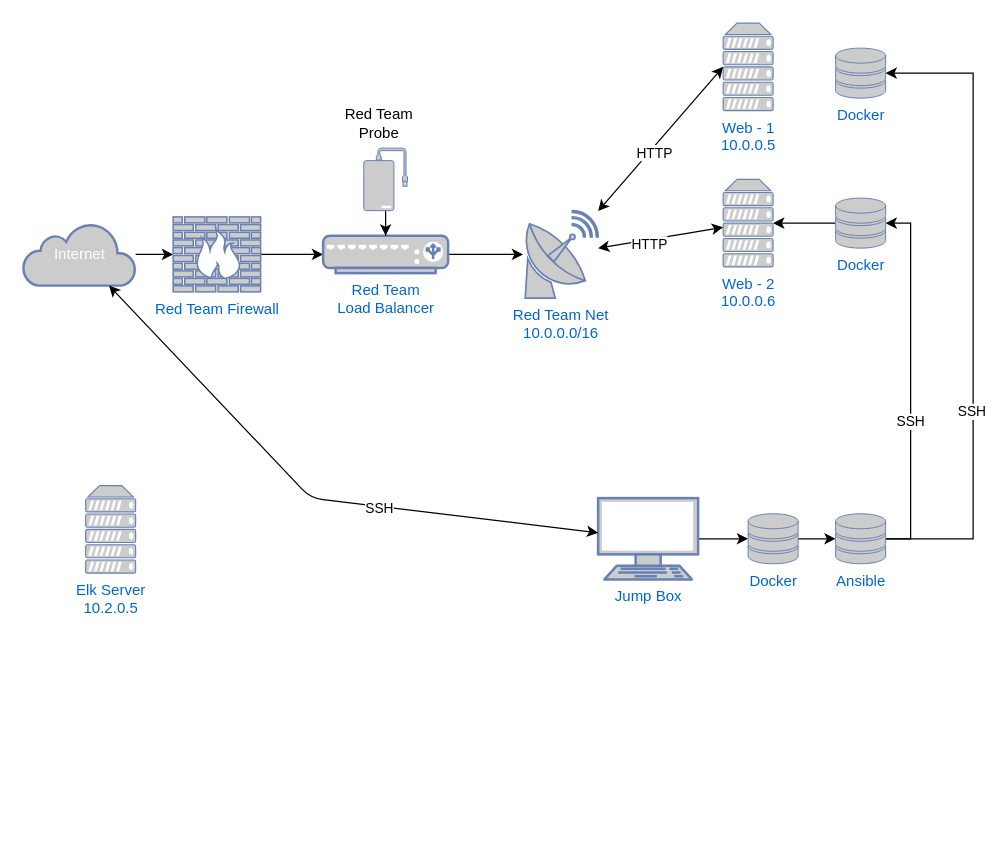
This is Diagrams/Diagram.drawio from Robharrold/Cybersecurity, a draw.io file, before an edit. Source tidied: cells renumbered, new cells numbered last; positions are measured from the earlier drawing's top-left corner, leaving out a move shared by most shapes. Both pictures are drawn from the tidied source at 125%, with x=0, y=0 at pixel (22, 22).
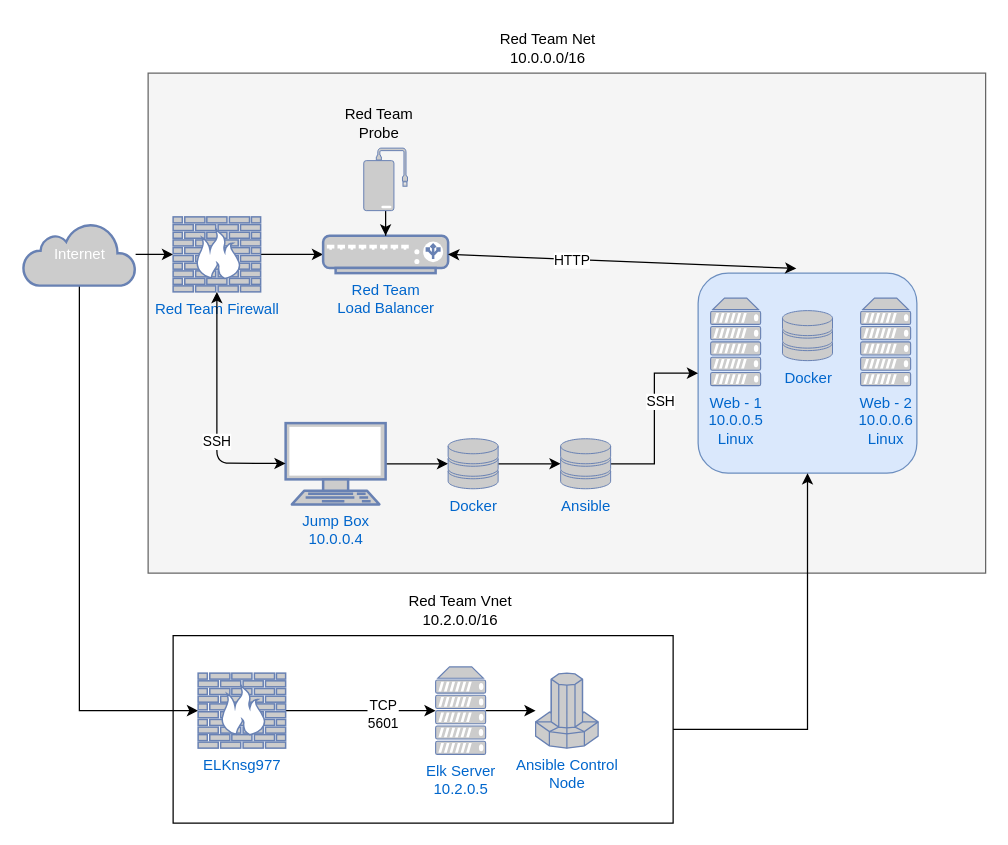
The same page after the edit.

The change refers to these unchanged cells:
```xml
<mxCell id="3" value="Internet" style="html=1;outlineConnect=0;fillColor=#CCCCCC;strokeColor=#6881B3;gradientColor=none;gradientDirection=north;strokeWidth=2;shape=mxgraph.networks.cloud;fontColor=#ffffff;" parent="1" vertex="1">
  <mxGeometry y="160" width="90" height="50" as="geometry" />
</mxCell>
<mxCell id="7" value="Red Team&lt;br&gt;Load Balancer" style="fontColor=#0066CC;verticalAlign=top;verticalLabelPosition=bottom;labelPosition=center;align=center;html=1;outlineConnect=0;fillColor=#CCCCCC;strokeColor=#6881B3;gradientColor=none;gradientDirection=north;strokeWidth=2;shape=mxgraph.networks.load_balancer;" parent="1" vertex="1">
  <mxGeometry x="240" y="170" width="100" height="30" as="geometry" />
</mxCell>
```

Diff of the diagram source:
```diff
@@
+    <mxCell id="33" style="rounded=0;whiteSpace=wrap;html=1;" parent="1" vertex="1">
+      <mxGeometry x="120" y="490" width="400" height="150" as="geometry" />
+    </mxCell>
+    <mxCell id="34" style="rounded=0;whiteSpace=wrap;html=1;fillColor=#f5f5f5;strokeColor=#666666;fontColor=#333333;" parent="1" vertex="1">
+      <mxGeometry x="100" y="40" width="670" height="400" as="geometry" />
+    </mxCell>
+    <mxCell id="35" style="rounded=1;whiteSpace=wrap;html=1;fillColor=#dae8fc;strokeColor=#6c8ebf;" parent="1" vertex="1">
+      <mxGeometry x="540" y="200" width="175" height="160" as="geometry" />
+    </mxCell>
@@
+    <mxCell id="36" style="edgeStyle=orthogonalEdgeStyle;rounded=0;jettySize=auto;html=1;" parent="1" edge="1" source="3" target="43">
+      <mxGeometry relative="1" as="geometry">
+        <Array as="points">
+          <mxPoint x="45" y="550" />
+        </Array>
+      </mxGeometry>
+    </mxCell>
@@
-    <mxCell id="5" value="Red Team Firewall" style="fontColor=#0066CC;verticalAlign=top;verticalLabelPosition=bottom;labelPosition=center;align=center;html=1;outlineConnect=0;fillColor=#CCCCCC;strokeColor=#6881B3;gradientColor=none;gradientDirection=north;strokeWidth=2;shape=mxgraph.networks.firewall;" parent="1" vertex="1">
+    <mxCell id="5" value="Red Team Firewall&lt;br&gt;" style="fontColor=#0066CC;verticalAlign=top;verticalLabelPosition=bottom;labelPosition=center;align=center;html=1;outlineConnect=0;fillColor=#CCCCCC;strokeColor=#6881B3;gradientColor=none;gradientDirection=north;strokeWidth=2;shape=mxgraph.networks.firewall;" parent="1" vertex="1">
       <mxGeometry x="120" y="155" width="70" height="60" as="geometry" />
     </mxCell>
-    <mxCell id="6" style="edgeStyle=orthogonalEdgeStyle;rounded=0;jettySize=auto;html=1;" parent="1" edge="1" source="7" target="11">
-      <mxGeometry relative="1" as="geometry" />
-    </mxCell>
@@
-    <mxCell id="11" value="Red Team Net&lt;br&gt;10.0.0.0/16" style="fontColor=#0066CC;verticalAlign=top;verticalLabelPosition=bottom;labelPosition=center;align=center;html=1;outlineConnect=0;fillColor=#CCCCCC;strokeColor=#6881B3;gradientColor=none;gradientDirection=north;strokeWidth=2;shape=mxgraph.networks.satellite_dish;" parent="1" vertex="1">
-      <mxGeometry x="400" y="150" width="60" height="70" as="geometry" />
-    </mxCell>
-    <mxCell id="12" value="Web - 1&lt;br&gt;10.0.0.5" style="fontColor=#0066CC;verticalAlign=top;verticalLabelPosition=bottom;labelPosition=center;align=center;html=1;outlineConnect=0;fillColor=#CCCCCC;strokeColor=#6881B3;gradientColor=none;gradientDirection=north;strokeWidth=2;shape=mxgraph.networks.server;" parent="1" vertex="1">
-      <mxGeometry x="560" width="40" height="70" as="geometry" />
+    <mxCell id="12" value="Web - 1&lt;br&gt;10.0.0.5&lt;br&gt;Linux" style="fontColor=#0066CC;verticalAlign=top;verticalLabelPosition=bottom;labelPosition=center;align=center;html=1;outlineConnect=0;fillColor=#CCCCCC;strokeColor=#6881B3;gradientColor=none;gradientDirection=north;strokeWidth=2;shape=mxgraph.networks.server;" parent="1" vertex="1">
+      <mxGeometry x="550" y="220" width="40" height="70" as="geometry" />
     </mxCell>
-    <mxCell id="13" value="Web - 2&lt;br&gt;10.0.0.6" style="fontColor=#0066CC;verticalAlign=top;verticalLabelPosition=bottom;labelPosition=center;align=center;html=1;outlineConnect=0;fillColor=#CCCCCC;strokeColor=#6881B3;gradientColor=none;gradientDirection=north;strokeWidth=2;shape=mxgraph.networks.server;" parent="1" vertex="1">
-      <mxGeometry x="560" y="125" width="40" height="70" as="geometry" />
+    <mxCell id="13" value="Web - 2&lt;br&gt;10.0.0.6&lt;br&gt;Linux" style="fontColor=#0066CC;verticalAlign=top;verticalLabelPosition=bottom;labelPosition=center;align=center;html=1;outlineConnect=0;fillColor=#CCCCCC;strokeColor=#6881B3;gradientColor=none;gradientDirection=north;strokeWidth=2;shape=mxgraph.networks.server;" parent="1" vertex="1">
+      <mxGeometry x="670" y="220" width="40" height="70" as="geometry" />
     </mxCell>
+    <mxCell id="37" style="edgeStyle=orthogonalEdgeStyle;rounded=0;jettySize=auto;html=1;" parent="1" edge="1" source="14" target="40">
+      <mxGeometry relative="1" as="geometry" />
+    </mxCell>
     <mxCell id="14" value="Elk Server&lt;br&gt;10.2.0.5" style="fontColor=#0066CC;verticalAlign=top;verticalLabelPosition=bottom;labelPosition=center;align=center;html=1;outlineConnect=0;fillColor=#CCCCCC;strokeColor=#6881B3;gradientColor=none;gradientDirection=north;strokeWidth=2;shape=mxgraph.networks.server;" parent="1" vertex="1">
-      <mxGeometry x="50" y="370" width="40" height="70" as="geometry" />
+      <mxGeometry x="330" y="515" width="40" height="70" as="geometry" />
     </mxCell>
@@
-    <mxCell id="16" value="Jump Box" style="fontColor=#0066CC;verticalAlign=top;verticalLabelPosition=bottom;labelPosition=center;align=center;html=1;outlineConnect=0;fillColor=#CCCCCC;strokeColor=#6881B3;gradientColor=none;gradientDirection=north;strokeWidth=2;shape=mxgraph.networks.terminal;" parent="1" vertex="1">
-      <mxGeometry x="460" y="380" width="80" height="65" as="geometry" />
+    <mxCell id="16" value="Jump Box&lt;br&gt;10.0.0.4" style="fontColor=#0066CC;verticalAlign=top;verticalLabelPosition=bottom;labelPosition=center;align=center;html=1;outlineConnect=0;fillColor=#CCCCCC;strokeColor=#6881B3;gradientColor=none;gradientDirection=north;strokeWidth=2;shape=mxgraph.networks.terminal;" parent="1" vertex="1">
+      <mxGeometry x="210" y="320" width="80" height="65" as="geometry" />
     </mxCell>
@@
     <mxCell id="18" value="Docker" style="fontColor=#0066CC;verticalAlign=top;verticalLabelPosition=bottom;labelPosition=center;align=center;html=1;outlineConnect=0;fillColor=#CCCCCC;strokeColor=#6881B3;gradientColor=none;gradientDirection=north;strokeWidth=2;shape=mxgraph.networks.storage;" parent="1" vertex="1">
-      <mxGeometry x="580" y="392.5" width="40" height="40" as="geometry" />
+      <mxGeometry x="340" y="332.5" width="40" height="40" as="geometry" />
     </mxCell>
-    <mxCell id="19" style="edgeStyle=orthogonalEdgeStyle;rounded=0;jettySize=auto;html=1;entryX=1;entryY=0.5;entryDx=0;entryDy=0;entryPerimeter=0;" parent="1" edge="1" source="23" target="25">
-      <mxGeometry relative="1" as="geometry">
-        <Array as="points">
-          <mxPoint x="710" y="413" />
-          <mxPoint x="710" y="160" />
-        </Array>
-      </mxGeometry>
-    </mxCell>
-    <mxCell id="20" value="SSH" style="edgeLabel;html=1;align=center;verticalAlign=middle;" parent="19" vertex="1">
-      <mxGeometry x="-0.22" y="1" relative="1" as="geometry" />
-    </mxCell>
-    <mxCell id="21" style="edgeStyle=orthogonalEdgeStyle;rounded=0;jettySize=auto;html=1;" parent="1" edge="1" source="23" target="26">
-      <mxGeometry relative="1" as="geometry">
-        <Array as="points">
-          <mxPoint x="760" y="412.5" />
-          <mxPoint x="760" y="40" />
-        </Array>
-      </mxGeometry>
-    </mxCell>
-    <mxCell id="22" value="SSH" style="edgeLabel;html=1;align=center;verticalAlign=middle;" parent="21" vertex="1">
-      <mxGeometry x="-0.33" y="2" relative="1" as="geometry" />
-    </mxCell>
+    <mxCell id="38" style="edgeStyle=orthogonalEdgeStyle;rounded=0;jettySize=auto;html=1;" parent="1" edge="1" source="23" target="35">
+      <mxGeometry relative="1" as="geometry" />
+    </mxCell>
+    <mxCell id="39" value="SSH" style="edgeLabel;html=1;align=center;verticalAlign=middle;" parent="38" vertex="1">
+      <mxGeometry x="0.19" y="-4" relative="1" as="geometry" />
+    </mxCell>
     <mxCell id="23" value="Ansible" style="fontColor=#0066CC;verticalAlign=top;verticalLabelPosition=bottom;labelPosition=center;align=center;html=1;outlineConnect=0;fillColor=#CCCCCC;strokeColor=#6881B3;gradientColor=none;gradientDirection=north;strokeWidth=2;shape=mxgraph.networks.storage;" parent="1" vertex="1">
-      <mxGeometry x="650" y="392.5" width="40" height="40" as="geometry" />
+      <mxGeometry x="430" y="332.5" width="40" height="40" as="geometry" />
     </mxCell>
-    <mxCell id="24" style="edgeStyle=orthogonalEdgeStyle;rounded=0;jettySize=auto;html=1;" parent="1" edge="1" source="25" target="13">
-      <mxGeometry relative="1" as="geometry" />
-    </mxCell>
-    <mxCell id="25" value="Docker" style="fontColor=#0066CC;verticalAlign=top;verticalLabelPosition=bottom;labelPosition=center;align=center;html=1;outlineConnect=0;fillColor=#CCCCCC;strokeColor=#6881B3;gradientColor=none;gradientDirection=north;strokeWidth=2;shape=mxgraph.networks.storage;" parent="1" vertex="1">
-      <mxGeometry x="650" y="140" width="40" height="40" as="geometry" />
-    </mxCell>
     <mxCell id="26" value="Docker" style="fontColor=#0066CC;verticalAlign=top;verticalLabelPosition=bottom;labelPosition=center;align=center;html=1;outlineConnect=0;fillColor=#CCCCCC;strokeColor=#6881B3;gradientColor=none;gradientDirection=north;strokeWidth=2;shape=mxgraph.networks.storage;" parent="1" vertex="1">
-      <mxGeometry x="650" y="20" width="40" height="40" as="geometry" />
+      <mxGeometry x="607.5" y="230" width="40" height="40" as="geometry" />
     </mxCell>
-    <mxCell id="27" style="endArrow=classic;startArrow=classic;html=1;entryX=0;entryY=0.5;entryDx=0;entryDy=0;entryPerimeter=0;" parent="1" edge="1" source="11" target="12">
-      <mxGeometry relative="1" as="geometry" />
-    </mxCell>
-    <mxCell id="28" value="HTTP" style="edgeLabel;html=1;align=center;verticalAlign=middle;" parent="27" vertex="1">
-      <mxGeometry x="-0.16" y="-3" relative="1" as="geometry" />
-    </mxCell>
-    <mxCell id="29" style="endArrow=classic;startArrow=classic;html=1;fontFamily=Helvetica;" parent="1" edge="1" source="11" target="13">
-      <mxGeometry relative="1" as="geometry">
-        <Array as="points">
-          <mxPoint x="520" y="170" />
-        </Array>
-      </mxGeometry>
-    </mxCell>
-    <mxCell id="30" value="HTTP" style="edgeLabel;html=1;align=center;verticalAlign=middle;fontFamily=Helvetica;" parent="29" vertex="1">
-      <mxGeometry x="-0.2" y="-3" relative="1" as="geometry" />
-    </mxCell>
-    <mxCell id="31" style="endArrow=classic;startArrow=classic;html=1;fontFamily=Helvetica;" parent="1" edge="1" source="3" target="16">
+    <mxCell id="31" style="endArrow=classic;startArrow=classic;html=1;fontFamily=Helvetica;" parent="1" edge="1" source="5" target="16">
       <mxGeometry relative="1" as="geometry">
         <Array as="points">
-          <mxPoint x="230" y="380" />
+          <mxPoint x="155" y="352" />
         </Array>
       </mxGeometry>
     </mxCell>
@@
+    <mxCell id="40" value="Ansible Control&lt;br&gt;Node" style="fontColor=#0066CC;verticalAlign=top;verticalLabelPosition=bottom;labelPosition=center;align=center;html=1;outlineConnect=0;fillColor=#CCCCCC;strokeColor=#6881B3;gradientColor=none;gradientDirection=north;strokeWidth=2;shape=mxgraph.networks.supercomputer;" parent="1" vertex="1">
+      <mxGeometry x="410" y="520" width="50" height="60" as="geometry" />
+    </mxCell>
+    <mxCell id="41" style="edgeStyle=orthogonalEdgeStyle;rounded=0;jettySize=auto;html=1;" parent="1" edge="1" source="43" target="14">
+      <mxGeometry relative="1" as="geometry" />
+    </mxCell>
+    <mxCell id="42" value="TCP&lt;br&gt;5601" style="edgeLabel;html=1;align=center;verticalAlign=middle;" parent="41" vertex="1">
+      <mxGeometry x="0.28" y="-2" relative="1" as="geometry" />
+    </mxCell>
+    <mxCell id="43" value="ELKnsg977" style="fontColor=#0066CC;verticalAlign=top;verticalLabelPosition=bottom;labelPosition=center;align=center;html=1;outlineConnect=0;fillColor=#CCCCCC;strokeColor=#6881B3;gradientColor=none;gradientDirection=north;strokeWidth=2;shape=mxgraph.networks.firewall;" parent="1" vertex="1">
+      <mxGeometry x="140" y="520" width="70" height="60" as="geometry" />
+    </mxCell>
+    <mxCell id="44" style="endArrow=classic;startArrow=classic;html=1;entryX=0.449;entryY=-0.023;entryDx=0;entryDy=0;entryPerimeter=0;exitX=1;exitY=0.5;exitDx=0;exitDy=0;exitPerimeter=0;" parent="1" edge="1" source="7" target="35">
+      <mxGeometry relative="1" as="geometry" />
+    </mxCell>
+    <mxCell id="28" value="HTTP" style="edgeLabel;html=1;align=center;verticalAlign=middle;" parent="44" vertex="1">
+      <mxGeometry x="-0.29" relative="1" as="geometry" />
+    </mxCell>
+    <mxCell id="11" value="Red Team Net&lt;br&gt;10.0.0.0/16" style="text;html=1;strokeColor=none;fillColor=none;align=center;verticalAlign=middle;whiteSpace=wrap;rounded=0;" parent="1" vertex="1">
+      <mxGeometry x="370" y="10" width="100" height="20" as="geometry" />
+    </mxCell>
+    <mxCell id="45" value="Red Team Vnet&lt;br&gt;10.2.0.0/16" style="text;html=1;strokeColor=none;fillColor=none;align=center;verticalAlign=middle;whiteSpace=wrap;rounded=0;" parent="1" vertex="1">
+      <mxGeometry x="270" y="460" width="160" height="20" as="geometry" />
+    </mxCell>
+    <mxCell id="46" style="edgeStyle=orthogonalEdgeStyle;rounded=0;jettySize=auto;html=1;" parent="1" edge="1" source="33" target="35">
+      <mxGeometry relative="1" as="geometry" />
+    </mxCell>
```
